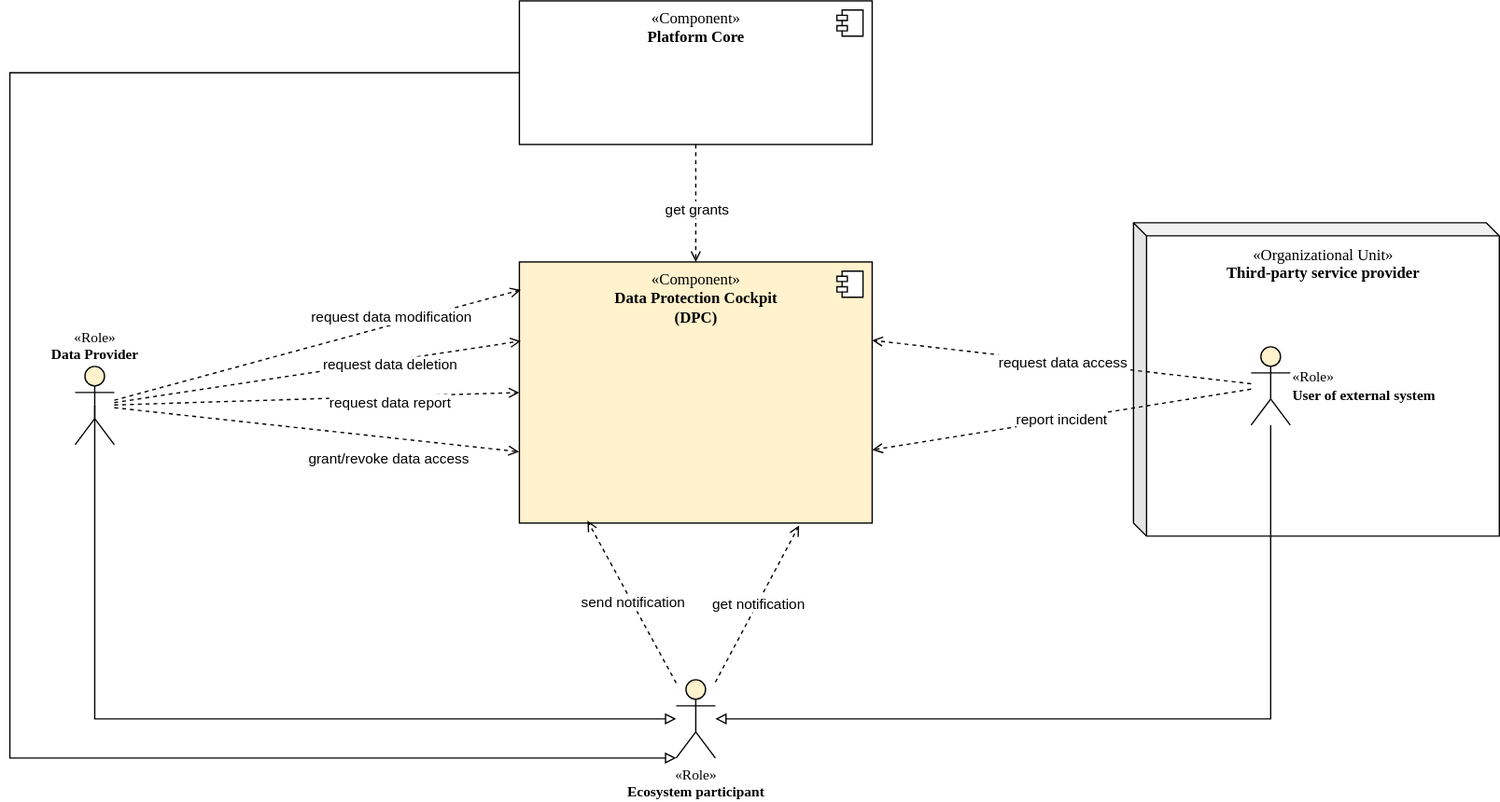
Above: docs/Realisierung/Architekturkonzept/images/diagram_context-delineation_clean.svg in Fraunhofer-IESE/Daccord (draw.io), before the change. Source tidied: cells renumbered, new cells last; positions are measured from the earlier drawing's top-left corner, leaving out a move shared by most shapes.
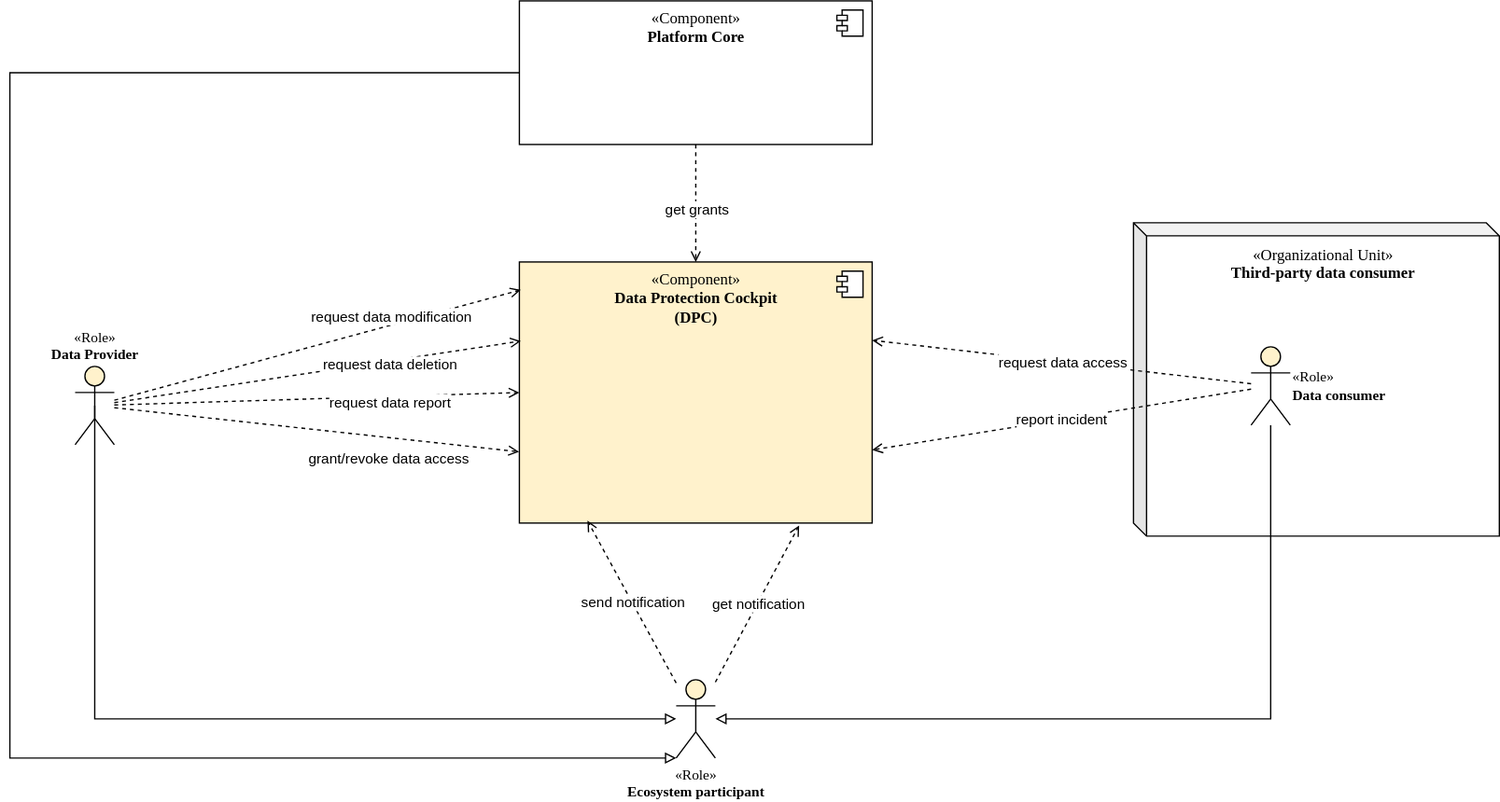
After the change.

What changed in the source:
```diff
@@ -2,7 +2,7 @@
   <root>
     <mxCell id="0" />
     <mxCell id="1" parent="0" />
-    <mxCell id="2" value="&lt;font&gt;&lt;span class=&quot;char&quot;&gt;&lt;span id=&quot;char-node&quot; class=&quot;vchar&quot;&gt;«Organizational Unit&lt;/span&gt;&lt;/span&gt;&lt;span class=&quot;char&quot;&gt;&lt;span id=&quot;char-node&quot; class=&quot;vchar&quot;&gt;»&lt;br&gt;&lt;div&gt;&lt;b&gt;Third-party service provider&lt;/b&gt;&lt;/div&gt;&lt;/span&gt;&lt;/span&gt;&lt;/font&gt;" style="shape=cube;whiteSpace=wrap;html=1;boundedLbl=1;backgroundOutline=1;darkOpacity=0.05;darkOpacity2=0.1;size=10;align=center;verticalAlign=top;fontFamily=Verdana;fontColor=#000000;" parent="1" vertex="1">
+    <mxCell id="2" value="&lt;font&gt;&lt;span class=&quot;char&quot;&gt;&lt;span id=&quot;char-node&quot; class=&quot;vchar&quot;&gt;«Organizational Unit&lt;/span&gt;&lt;/span&gt;&lt;span class=&quot;char&quot;&gt;&lt;span id=&quot;char-node&quot; class=&quot;vchar&quot;&gt;»&lt;br&gt;&lt;div&gt;&lt;b&gt;Third-party data consumer&lt;/b&gt;&lt;/div&gt;&lt;/span&gt;&lt;/span&gt;&lt;/font&gt;" style="shape=cube;whiteSpace=wrap;html=1;boundedLbl=1;backgroundOutline=1;darkOpacity=0.05;darkOpacity2=0.1;size=10;align=center;verticalAlign=top;fontFamily=Verdana;fontColor=#000000;" parent="1" vertex="1">
       <mxGeometry x="860" y="170" width="280" height="240" as="geometry" />
     </mxCell>
     <mxCell id="3" value="&lt;font&gt;«Component»&lt;br&gt;&lt;b&gt;Data Protection Cockpit&lt;/b&gt;&lt;/font&gt;&lt;div&gt;&lt;font&gt;&lt;b&gt;(DPC)&lt;/b&gt;&lt;/font&gt;&lt;/div&gt;" style="html=1;verticalAlign=top;fillColor=#fff2cc;fontFamily=Verdana;" parent="1" vertex="1">
@@ -30,7 +30,7 @@
     <mxCell id="9" value="&lt;span class=&quot;char&quot; style=&quot;&quot;&gt;&lt;span class=&quot;vchar&quot; id=&quot;char-node&quot;&gt;«Role&lt;/span&gt;&lt;/span&gt;&lt;span class=&quot;char&quot; style=&quot;&quot;&gt;&lt;span class=&quot;vchar&quot; id=&quot;char-node&quot;&gt;»&lt;br&gt;&lt;div&gt;&lt;b&gt;Data Provider&lt;/b&gt;&lt;/div&gt;&lt;/span&gt;&lt;/span&gt;" style="shape=umlActor;verticalLabelPosition=top;verticalAlign=bottom;html=1;outlineConnect=0;fillColor=#fff2cc;fontFamily=Verdana;fontSize=11;fontColor=default;labelBackgroundColor=default;labelPosition=center;align=center;" parent="1" vertex="1">
       <mxGeometry x="50" y="280" width="30" height="60" as="geometry" />
     </mxCell>
-    <mxCell id="10" value="&lt;span class=&quot;char&quot; style=&quot;&quot;&gt;&lt;span class=&quot;vchar&quot; id=&quot;char-node&quot;&gt;«Role&lt;/span&gt;&lt;/span&gt;&lt;span class=&quot;char&quot; style=&quot;&quot;&gt;&lt;span class=&quot;vchar&quot; id=&quot;char-node&quot;&gt;»&lt;br&gt;&lt;div&gt;&lt;b&gt;User of external system&lt;/b&gt;&lt;/div&gt;&lt;/span&gt;&lt;/span&gt;" style="shape=umlActor;verticalLabelPosition=middle;verticalAlign=middle;html=1;outlineConnect=0;fillColor=#fff2cc;fontFamily=Verdana;fontSize=11;fontColor=default;labelBackgroundColor=default;labelPosition=right;align=left;" parent="1" vertex="1">
+    <mxCell id="10" value="&lt;span class=&quot;char&quot; style=&quot;&quot;&gt;&lt;span class=&quot;vchar&quot; id=&quot;char-node&quot;&gt;«Role&lt;/span&gt;&lt;/span&gt;&lt;span class=&quot;char&quot; style=&quot;&quot;&gt;&lt;span class=&quot;vchar&quot; id=&quot;char-node&quot;&gt;»&lt;br&gt;&lt;div&gt;&lt;b&gt;Data consumer&lt;/b&gt;&lt;/div&gt;&lt;/span&gt;&lt;/span&gt;" style="shape=umlActor;verticalLabelPosition=middle;verticalAlign=middle;html=1;outlineConnect=0;fillColor=#fff2cc;fontFamily=Verdana;fontSize=11;fontColor=default;labelBackgroundColor=default;labelPosition=right;align=left;" parent="1" vertex="1">
       <mxGeometry x="950" y="265" width="30" height="60" as="geometry" />
     </mxCell>
     <mxCell id="11" style="endArrow=open;html=1;fillColor=#000000;fontFamily=Verdana;fontSize=12;endFill=0;dashed=1;rounded=0;strokeColor=default;align=center;verticalAlign=middle;fontColor=default;labelBackgroundColor=default;entryX=0.004;entryY=0.303;entryDx=0;entryDy=0;entryPerimeter=0;" parent="1" edge="1" source="9" target="3">
```
